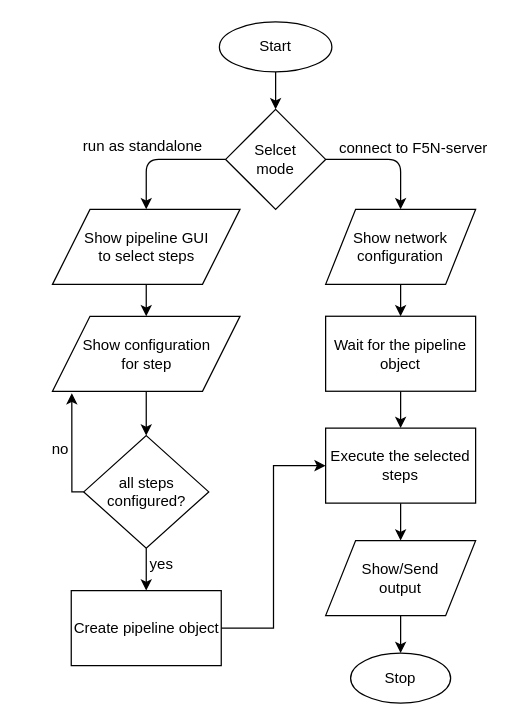
This is page "simplified_f5n_flow_chart" (3 of 6) of server_mobile_connection.drawio from SanojPunchihewa/f5n, a draw.io file, before an edit. Source tidied: cells renumbered, new cells numbered last; positions are measured from the earlier drawing's top-left corner, leaving out a move shared by most shapes. Both pictures are drawn from the tidied source at 125%, with x=0, y=0 at pixel (35, 21).
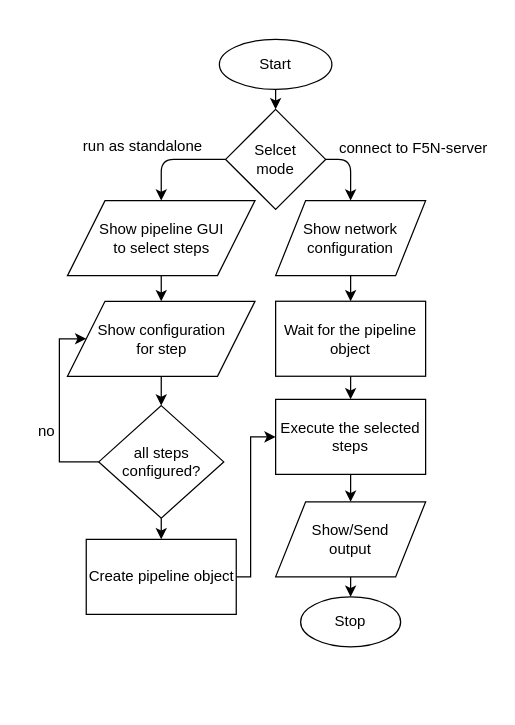
After the change.

Commit message:
resized f5n flow charit

The edit, as a diff of the source:
```diff
@@
     <mxCell id="2" value="Start" style="ellipse;whiteSpace=wrap;html=1;" parent="1" vertex="1">
-      <mxGeometry x="147" width="90" height="40" as="geometry" />
+      <mxGeometry x="147" y="14" width="90" height="40" as="geometry" />
     </mxCell>
@@
     <mxCell id="7" value="&lt;div&gt;Show pipeline GUI&lt;/div&gt;&lt;div&gt;to select steps&lt;/div&gt;" style="shape=parallelogram;perimeter=parallelogramPerimeter;whiteSpace=wrap;html=1;" parent="1" vertex="1">
-      <mxGeometry x="13.5" y="150" width="150" height="60" as="geometry" />
+      <mxGeometry x="25.5" y="143" width="150" height="60" as="geometry" />
     </mxCell>
@@
     <mxCell id="9" value="&lt;div&gt;Show configuration&lt;/div&gt;&lt;div&gt;for step&lt;/div&gt;" style="shape=parallelogram;perimeter=parallelogramPerimeter;whiteSpace=wrap;html=1;" parent="1" vertex="1">
-      <mxGeometry x="13.5" y="235.5" width="150" height="60" as="geometry" />
+      <mxGeometry x="25.5" y="223.5" width="150" height="60" as="geometry" />
     </mxCell>
@@
-    <mxCell id="11" style="edgeStyle=orthogonalEdgeStyle;rounded=0;jettySize=auto;html=1;exitX=0;exitY=0.5;exitDx=0;exitDy=0;entryX=0.103;entryY=1.025;entryDx=0;entryDy=0;entryPerimeter=0;" parent="1" edge="1" source="12" target="9">
+    <mxCell id="11" style="edgeStyle=orthogonalEdgeStyle;rounded=0;jettySize=auto;html=1;exitX=0;exitY=0.5;exitDx=0;exitDy=0;entryX=0;entryY=0.5;entryDx=0;entryDy=0;" parent="1" edge="1" source="12" target="9">
       <mxGeometry relative="1" as="geometry">
         <Array as="points">
-          <mxPoint x="29" y="376" />
+          <mxPoint x="19" y="352" />
+          <mxPoint x="19" y="254" />
         </Array>
       </mxGeometry>
     </mxCell>
     <mxCell id="12" value="all steps configured?" style="rhombus;whiteSpace=wrap;html=1;" parent="1" vertex="1">
-      <mxGeometry x="38.5" y="331" width="100" height="90" as="geometry" />
+      <mxGeometry x="50.5" y="307" width="100" height="90" as="geometry" />
     </mxCell>
@@
     <mxCell id="15" value="Show network configuration" style="shape=parallelogram;perimeter=parallelogramPerimeter;whiteSpace=wrap;html=1;" parent="1" vertex="1">
-      <mxGeometry x="232" y="150" width="120" height="60" as="geometry" />
+      <mxGeometry x="192" y="143" width="120" height="60" as="geometry" />
     </mxCell>
@@
     <mxCell id="20" value="Wait for the pipeline object" style="rounded=0;whiteSpace=wrap;html=1;" parent="1" vertex="1">
-      <mxGeometry x="232" y="235.5" width="120" height="60" as="geometry" />
+      <mxGeometry x="192" y="223.5" width="120" height="60" as="geometry" />
     </mxCell>
@@
     <mxCell id="22" value="Execute the selected steps" style="rounded=0;whiteSpace=wrap;html=1;" parent="1" vertex="1">
-      <mxGeometry x="232" y="325" width="120" height="60" as="geometry" />
+      <mxGeometry x="192" y="302" width="120" height="60" as="geometry" />
     </mxCell>
@@
     <mxCell id="24" value="&lt;div&gt;Show/Send&lt;/div&gt;&lt;div&gt; output&lt;/div&gt;" style="shape=parallelogram;perimeter=parallelogramPerimeter;whiteSpace=wrap;html=1;" parent="1" vertex="1">
-      <mxGeometry x="232" y="415" width="120" height="60" as="geometry" />
+      <mxGeometry x="192" y="384" width="120" height="60" as="geometry" />
     </mxCell>
     <mxCell id="25" value="Stop" style="ellipse;whiteSpace=wrap;html=1;" parent="1" vertex="1">
-      <mxGeometry x="252" y="505" width="80" height="40" as="geometry" />
+      <mxGeometry x="212" y="460" width="80" height="40" as="geometry" />
     </mxCell>
     <mxCell id="26" style="edgeStyle=orthogonalEdgeStyle;rounded=0;jettySize=auto;html=1;exitX=1;exitY=0.5;exitDx=0;exitDy=0;entryX=0;entryY=0.5;entryDx=0;entryDy=0;" parent="1" edge="1" source="27" target="22">
-      <mxGeometry relative="1" as="geometry" />
+      <mxGeometry relative="1" as="geometry">
+        <Array as="points">
+          <mxPoint x="172" y="444" />
+          <mxPoint x="172" y="332" />
+        </Array>
+      </mxGeometry>
     </mxCell>
     <mxCell id="27" value="Create pipeline object" style="rounded=0;whiteSpace=wrap;html=1;" parent="1" vertex="1">
-      <mxGeometry x="28.5" y="455" width="120" height="60" as="geometry" />
+      <mxGeometry x="40.5" y="414" width="120" height="60" as="geometry" />
     </mxCell>
     <mxCell id="28" value="no" style="text;html=1;strokeColor=none;fillColor=none;align=center;verticalAlign=middle;whiteSpace=wrap;rounded=0;" parent="1" vertex="1">
-      <mxGeometry x="-0.5" y="332" width="40" height="20" as="geometry" />
+      <mxGeometry x="-11.5" y="318" width="40" height="20" as="geometry" />
     </mxCell>
```
